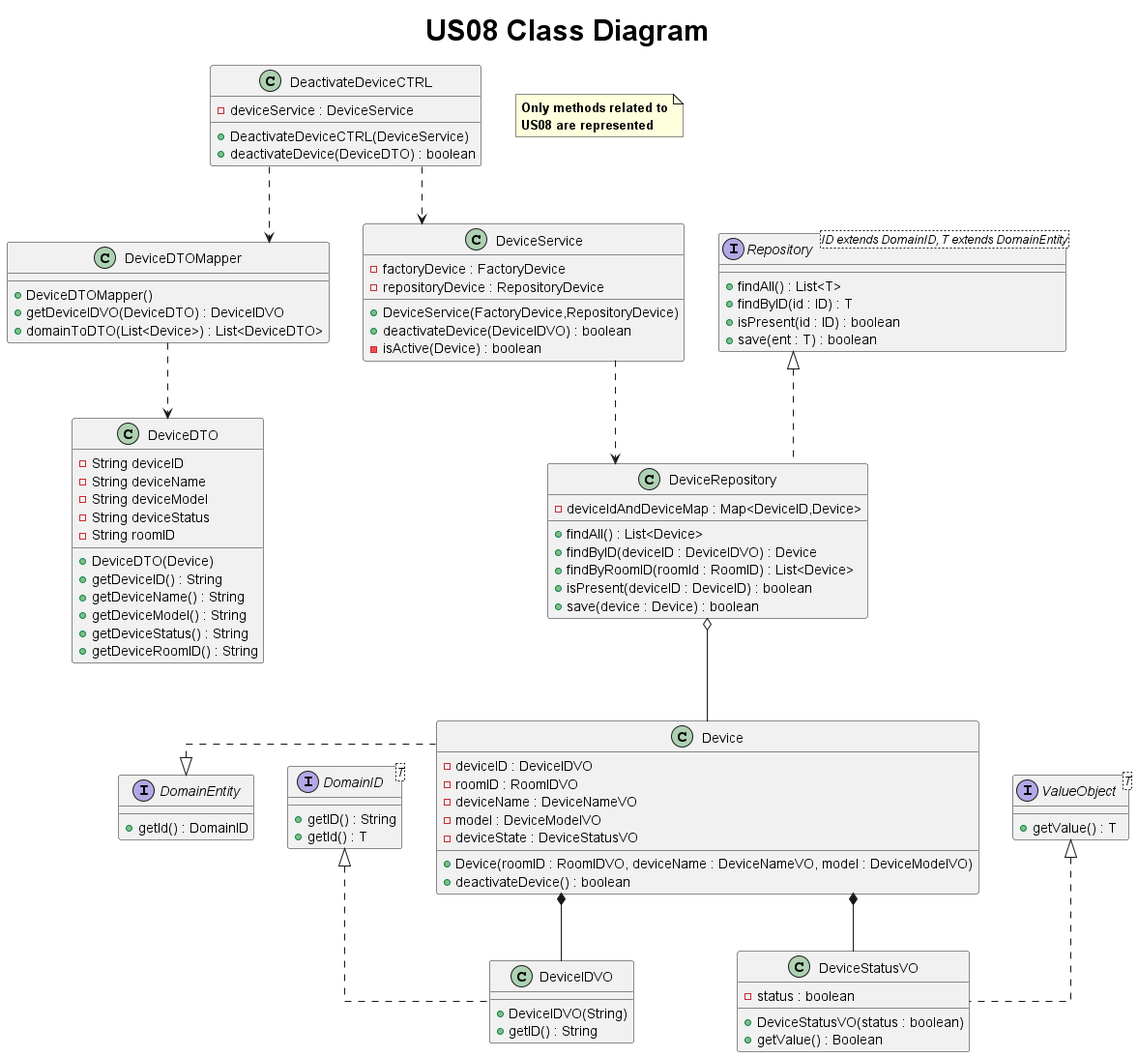
The PlantUML diagram Docs/Archive/Sprint4/US08/US08ClassDiagram_v4.1.png in AfonsoNeves77/smartHouse, before a commit.
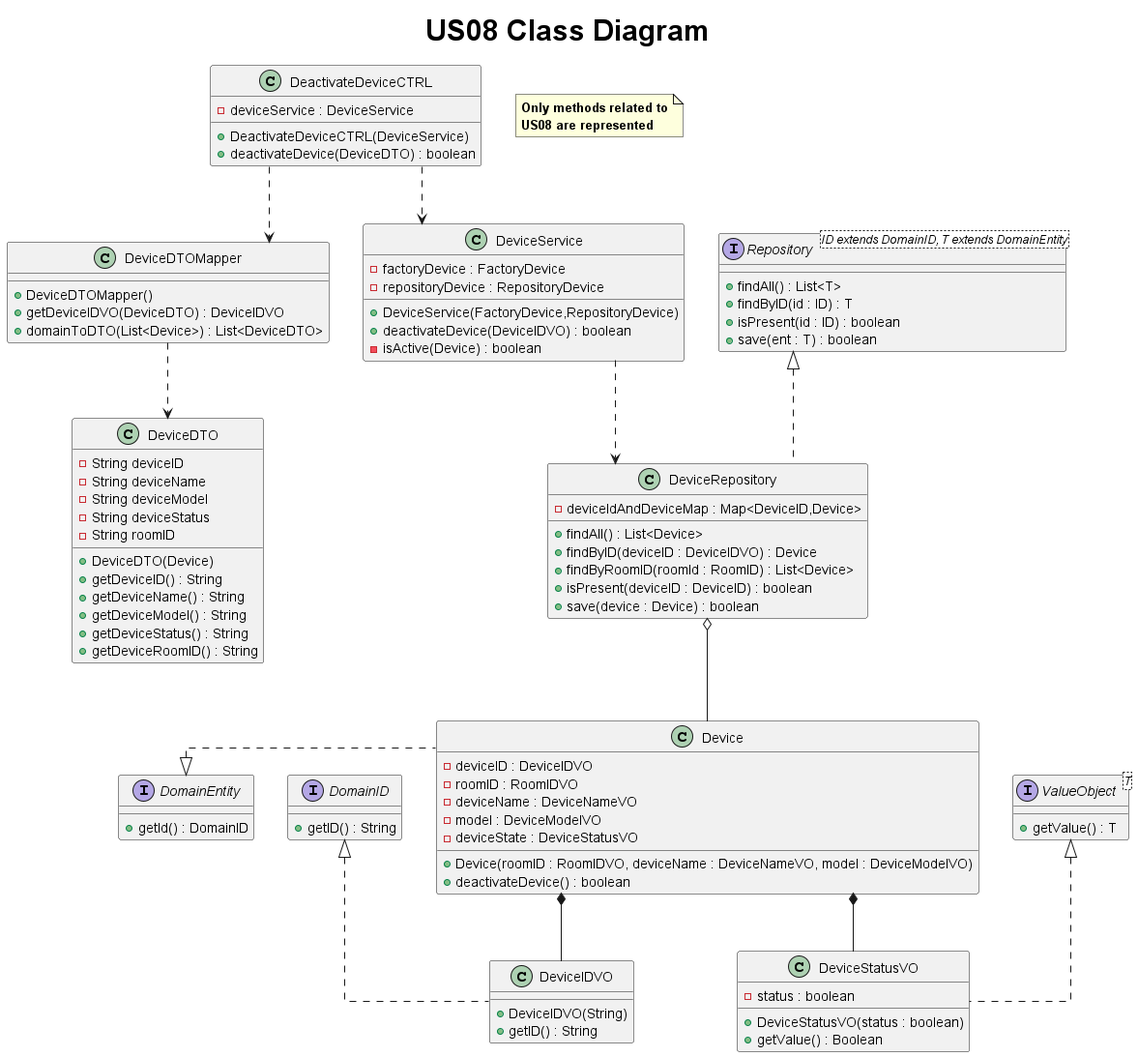
After the commit.

Commit message:
[doc]: Minor changes in US8 class diagram. DomainID interface should not be parametrized. Fixes #224

Change to the diagram source:
```diff
@@ -55,9 +55,6 @@
     + save(ent : T) : boolean
 }
 
-interface DomainID<T> {
-     + getId() : T
-}
 
 
 class DeviceRepository {
```
